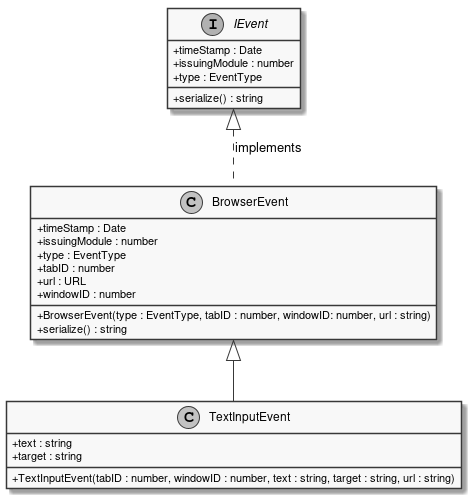
Above: documents/sd/resources/Classes/BrowserExtension/Listeners/TextInputEvent.png in insightmind/MORR (PlantUML), before the change. Source of this version:
```plantuml
@startuml
skinparam linetype ortho
skinparam monochrome true
skinparam classAttributeIconSize 0
class TextInputEvent extends BrowserEvent {
    + text : string
    + target : string
    + TextInputEvent(tabID : number, windowID : number, text : string, target : string, url : string)
}
interface IEvent {
    + timeStamp : Date
    + issuingModule : number
    + type : EventType
    + serialize() : string
}

IEvent <|.DOWN. BrowserEvent : implements
class BrowserEvent {
    + BrowserEvent(type : EventType, tabID : number, windowID: number, url : string)
    + timeStamp : Date
    + issuingModule : number
    + type : EventType
    + serialize() : string
    + tabID : number
    + url : URL
    + windowID : number
}
@enduml
```
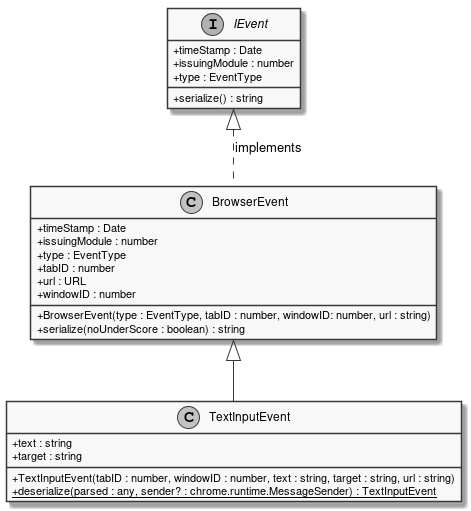
The same diagram one commit later.

Diff of the diagram source:
```diff
@@ -6,6 +6,7 @@
     + text : string
     + target : string
     + TextInputEvent(tabID : number, windowID : number, text : string, target : string, url : string)
+    + {static} deserialize(parsed : any, sender? : chrome.runtime.MessageSender) : TextInputEvent
 }
 interface IEvent {
     + timeStamp : Date
@@ -20,9 +21,9 @@
     + timeStamp : Date
     + issuingModule : number
     + type : EventType
-    + serialize() : string
     + tabID : number
     + url : URL
     + windowID : number
+    + serialize(noUnderScore : boolean) : string
 }
 @enduml
```
